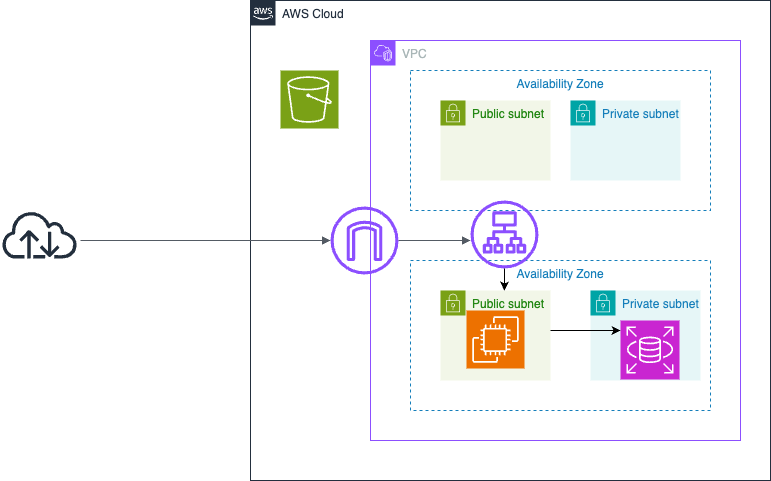
satoru-AWS/RaiseTech keeps this draw.io diagram as img01/lecture05-14.png. Above is the earlier version. Source tidied: cells renumbered, new cells last; positions are measured from the earlier drawing's top-left corner, leaving out a move shared by most shapes. Its diagram source:
```xml
<mxGraphModel>
  <root>
    <mxCell id="0" />
    <mxCell id="1" parent="0" />
    <mxCell id="2" value="AWS Cloud" style="gradientColor=none;html=1;whiteSpace=wrap;fontSize=12;fontStyle=0;shape=mxgraph.aws4.group;grIcon=mxgraph.aws4.group_aws_cloud_alt;strokeColor=#232F3E;fillColor=none;verticalAlign=top;align=left;spacingLeft=30;fontColor=#232F3E;dashed=0;" parent="1" vertex="1">
      <mxGeometry x="250" width="520" height="480" as="geometry" />
    </mxCell>
    <mxCell id="3" value="VPC" style="gradientColor=none;html=1;whiteSpace=wrap;fontSize=12;fontStyle=0;shape=mxgraph.aws4.group;grIcon=mxgraph.aws4.group_vpc2;strokeColor=#8C4FFF;fillColor=none;verticalAlign=top;align=left;spacingLeft=30;fontColor=#AAB7B8;dashed=0;" parent="2" vertex="1">
      <mxGeometry x="120" y="40" width="370" height="400" as="geometry" />
    </mxCell>
    <mxCell id="4" value="Availability Zone" style="fillColor=none;strokeColor=#147EBA;dashed=1;verticalAlign=top;fontStyle=0;fontColor=#147EBA;whiteSpace=wrap;html=1;" parent="3" vertex="1">
      <mxGeometry x="40" y="30" width="300" height="140" as="geometry" />
    </mxCell>
    <mxCell id="5" value="Public subnet" style="gradientColor=none;html=1;whiteSpace=wrap;fontSize=12;fontStyle=0;shape=mxgraph.aws4.group;grIcon=mxgraph.aws4.group_security_group;grStroke=0;strokeColor=#7AA116;fillColor=#F2F6E8;verticalAlign=top;align=left;spacingLeft=30;fontColor=#248814;dashed=0;" parent="3" vertex="1">
      <mxGeometry x="70" y="60" width="110" height="80" as="geometry" />
    </mxCell>
    <mxCell id="6" value="Private subnet" style="gradientColor=none;html=1;whiteSpace=wrap;fontSize=12;fontStyle=0;shape=mxgraph.aws4.group;grIcon=mxgraph.aws4.group_security_group;grStroke=0;strokeColor=#00A4A6;fillColor=#E6F6F7;verticalAlign=top;align=left;spacingLeft=30;fontColor=#147EBA;dashed=0;" parent="3" vertex="1">
      <mxGeometry x="200" y="60" width="110" height="80" as="geometry" />
    </mxCell>
    <mxCell id="7" value="Private subnet" style="gradientColor=none;html=1;whiteSpace=wrap;fontSize=12;fontStyle=0;shape=mxgraph.aws4.group;grIcon=mxgraph.aws4.group_security_group;grStroke=0;strokeColor=#00A4A6;fillColor=#E6F6F7;verticalAlign=top;align=left;spacingLeft=30;fontColor=#147EBA;dashed=0;" parent="3" vertex="1">
      <mxGeometry x="220" y="250" width="110" height="90" as="geometry" />
    </mxCell>
    <mxCell id="8" value="Availability Zone" style="fillColor=none;strokeColor=#147EBA;dashed=1;verticalAlign=top;fontStyle=0;fontColor=#147EBA;whiteSpace=wrap;html=1;" parent="7" vertex="1">
      <mxGeometry x="-180" y="-30" width="300" height="150" as="geometry" />
    </mxCell>
    <mxCell id="9" style="sketch=0;fontColor=#232F3E;fillColor=#C925D1;strokeColor=#ffffff;dashed=0;verticalLabelPosition=bottom;verticalAlign=top;align=center;html=1;fontSize=12;fontStyle=0;shape=mxgraph.aws4.resourceIcon;resIcon=mxgraph.aws4.rds;" parent="7" vertex="1">
      <mxGeometry x="30" y="30" width="59" height="59" as="geometry" />
    </mxCell>
    <mxCell id="10" value="Public subnet" style="gradientColor=none;html=1;whiteSpace=wrap;fontSize=12;fontStyle=0;shape=mxgraph.aws4.group;grIcon=mxgraph.aws4.group_security_group;grStroke=0;strokeColor=#7AA116;fillColor=#F2F6E8;verticalAlign=top;align=left;spacingLeft=30;fontColor=#248814;dashed=0;" parent="3" vertex="1">
      <mxGeometry x="70" y="250" width="110" height="90" as="geometry" />
    </mxCell>
    <mxCell id="11" style="sketch=0;points=[[0,0,0],[0.25,0,0],[0.5,0,0],[0.75,0,0],[1,0,0],[0,1,0],[0.25,1,0],[0.5,1,0],[0.75,1,0],[1,1,0],[0,0.25,0],[0,0.5,0],[0,0.75,0],[1,0.25,0],[1,0.5,0],[1,0.75,0]];outlineConnect=0;fontColor=#232F3E;fillColor=#ED7100;strokeColor=#ffffff;dashed=0;verticalLabelPosition=bottom;verticalAlign=top;align=center;html=1;fontSize=12;fontStyle=0;shape=mxgraph.aws4.resourceIcon;resIcon=mxgraph.aws4.ec2;" parent="3" vertex="1">
      <mxGeometry x="96" y="270" width="58" height="58" as="geometry" />
    </mxCell>
    <mxCell id="12" style="sketch=0;outlineConnect=0;fontColor=#232F3E;gradientColor=none;fillColor=#8C4FFF;strokeColor=none;dashed=0;verticalLabelPosition=bottom;verticalAlign=top;align=center;html=1;fontSize=12;fontStyle=0;shape=mxgraph.aws4.application_load_balancer;" parent="3" vertex="1">
      <mxGeometry x="100" y="160" width="68" height="68" as="geometry" />
    </mxCell>
    <mxCell id="13" style="edgeStyle=orthogonalEdgeStyle;rounded=0;jettySize=auto;html=1;entryX=0.313;entryY=0.2;entryDx=0;entryDy=0;entryPerimeter=0;" parent="3" edge="1" source="12" target="8">
      <mxGeometry relative="1" as="geometry" />
    </mxCell>
    <mxCell id="14" style="sketch=0;points=[[0,0,0],[0.25,0,0],[0.5,0,0],[0.75,0,0],[1,0,0],[0,1,0],[0.25,1,0],[0.5,1,0],[0.75,1,0],[1,1,0],[0,0.25,0],[0,0.5,0],[0,0.75,0],[1,0.25,0],[1,0.5,0],[1,0.75,0]];outlineConnect=0;fontColor=#232F3E;fillColor=#7AA116;strokeColor=#ffffff;dashed=0;verticalLabelPosition=bottom;verticalAlign=top;align=center;html=1;fontSize=12;fontStyle=0;shape=mxgraph.aws4.resourceIcon;resIcon=mxgraph.aws4.s3;" parent="2" vertex="1">
      <mxGeometry x="30" y="70" width="58" height="58" as="geometry" />
    </mxCell>
    <mxCell id="15" style="sketch=0;outlineConnect=0;fontColor=#232F3E;gradientColor=none;fillColor=#8C4FFF;strokeColor=none;dashed=0;verticalLabelPosition=bottom;verticalAlign=top;align=center;html=1;fontSize=12;fontStyle=0;shape=mxgraph.aws4.internet_gateway;" parent="2" vertex="1">
      <mxGeometry x="80" y="206" width="68" height="68" as="geometry" />
    </mxCell>
    <mxCell id="16" style="edgeStyle=orthogonalEdgeStyle;html=1;endArrow=block;elbow=vertical;startArrow=none;endFill=1;strokeColor=#545B64;rounded=0;" parent="2" edge="1" source="15" target="12">
      <mxGeometry relative="1" as="geometry">
        <Array as="points">
          <mxPoint x="210" y="240" />
          <mxPoint x="210" y="240" />
        </Array>
      </mxGeometry>
    </mxCell>
    <mxCell id="17" style="sketch=0;outlineConnect=0;fontColor=#232F3E;gradientColor=none;fillColor=#232F3D;strokeColor=none;dashed=0;verticalLabelPosition=bottom;verticalAlign=top;align=center;html=1;fontSize=12;fontStyle=0;shape=mxgraph.aws4.internet;" parent="1" vertex="1">
      <mxGeometry y="210" width="78" height="48" as="geometry" />
    </mxCell>
    <mxCell id="18" style="edgeStyle=orthogonalEdgeStyle;html=1;endArrow=block;elbow=vertical;startArrow=none;endFill=1;strokeColor=#545B64;rounded=0;exitX=1.053;exitY=0.625;exitDx=0;exitDy=0;exitPerimeter=0;" parent="1" edge="1" source="17" target="15">
      <mxGeometry relative="1" as="geometry" />
    </mxCell>
    <mxCell id="19" style="edgeStyle=orthogonalEdgeStyle;rounded=0;orthogonalLoop=1;jettySize=auto;html=1;" parent="1" edge="1">
      <mxGeometry relative="1" as="geometry">
        <mxPoint x="550" y="330" as="sourcePoint" />
        <mxPoint x="620" y="330" as="targetPoint" />
        <Array as="points">
          <mxPoint x="610" y="330" />
          <mxPoint x="610" y="330" />
        </Array>
      </mxGeometry>
    </mxCell>
  </root>
</mxGraphModel>
```
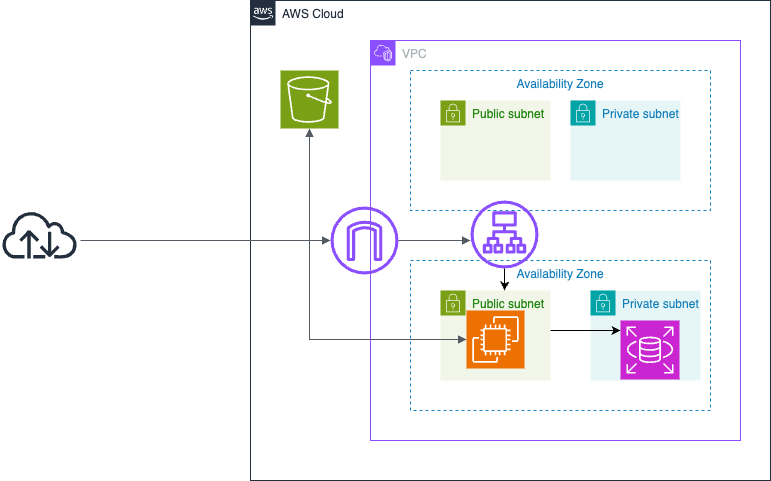
After the change.

The edit, as a diff of the source:
```diff
@@ -52,6 +52,13 @@
         </Array>
       </mxGeometry>
     </mxCell>
+    <mxCell id="20" style="edgeStyle=orthogonalEdgeStyle;html=1;endArrow=block;elbow=vertical;startArrow=block;startFill=1;endFill=1;strokeColor=#545B64;rounded=0;entryX=0.5;entryY=1;entryDx=0;entryDy=0;entryPerimeter=0;exitX=0;exitY=0.5;exitDx=0;exitDy=0;exitPerimeter=0;" parent="2" edge="1" source="11" target="14">
+      <mxGeometry relative="1" as="geometry">
+        <Array as="points">
+          <mxPoint x="59" y="339" />
+        </Array>
+      </mxGeometry>
+    </mxCell>
     <mxCell id="17" style="sketch=0;outlineConnect=0;fontColor=#232F3E;gradientColor=none;fillColor=#232F3D;strokeColor=none;dashed=0;verticalLabelPosition=bottom;verticalAlign=top;align=center;html=1;fontSize=12;fontStyle=0;shape=mxgraph.aws4.internet;" parent="1" vertex="1">
       <mxGeometry y="210" width="78" height="48" as="geometry" />
     </mxCell>
```
